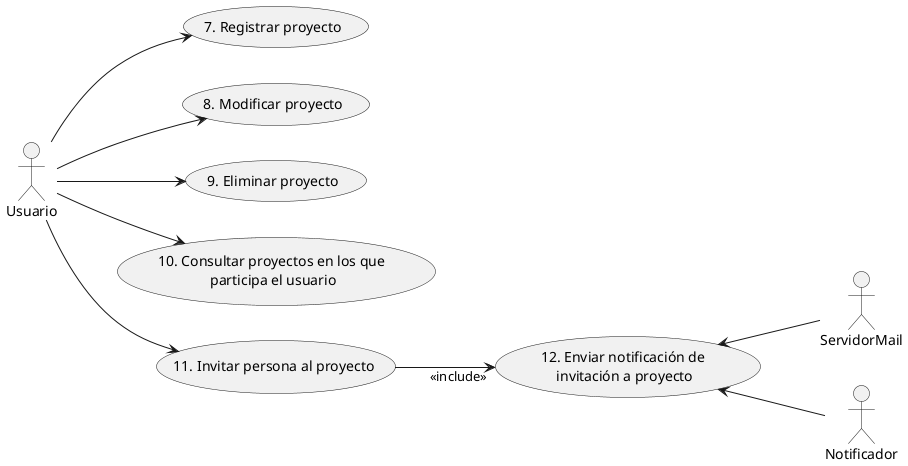
Before: Modelado/DiagramasCU/CU_Gestion_Proyectos.png, a diagram exported from PlantUML (ciggyx/Task_Flow). The source it was exported from:
```plantuml
@startuml CU_Gestion_Proyectos
left to right direction
actor :Usuario: as U
actor :ServidorMail: as ES
actor :Notificador: as N

U --> (7. Registrar proyecto)
U --> (8. Modificar proyecto)
U --> (9. Eliminar proyecto)
U --> (10. Consultar proyectos en los que \nparticipa el usuario)
U --> (11. Invitar persona al proyecto)
(11. Invitar persona al proyecto) --> "<<include>>" (12. Enviar notificación de \ninvitación a proyecto)
(12. Enviar notificación de \ninvitación a proyecto) <-- N
(12. Enviar notificación de \ninvitación a proyecto) <-- ES
@enduml
```
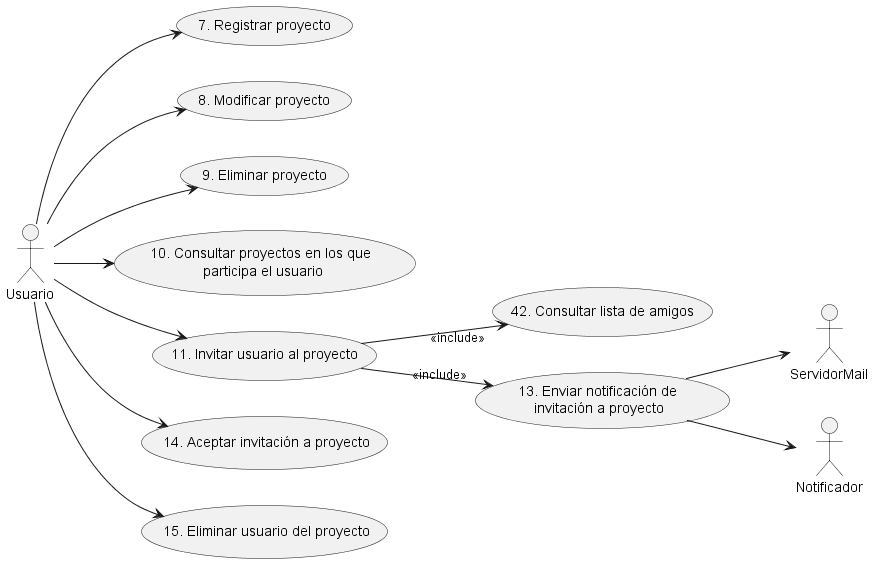
The same diagram one commit later.

Change to the diagram source:
```diff
@@ -8,8 +8,11 @@
 U --> (8. Modificar proyecto)
 U --> (9. Eliminar proyecto)
 U --> (10. Consultar proyectos en los que \nparticipa el usuario)
-U --> (11. Invitar persona al proyecto)
-(11. Invitar persona al proyecto) --> "<<include>>" (12. Enviar notificación de \ninvitación a proyecto)
-(12. Enviar notificación de \ninvitación a proyecto) <-- N
-(12. Enviar notificación de \ninvitación a proyecto) <-- ES
+U --> (11. Invitar usuario al proyecto)
+(11. Invitar usuario al proyecto) --> "<<include>>" (42. Consultar lista de amigos)
+(11. Invitar usuario al proyecto) --> "<<include>>" (13. Enviar notificación de \ninvitación a proyecto)
+(13. Enviar notificación de \ninvitación a proyecto) --> N
+(13. Enviar notificación de \ninvitación a proyecto) --> ES
+U --> ( 14. Aceptar invitación a proyecto)
+U --> ( 15. Eliminar usuario del proyecto)
 @enduml
```
